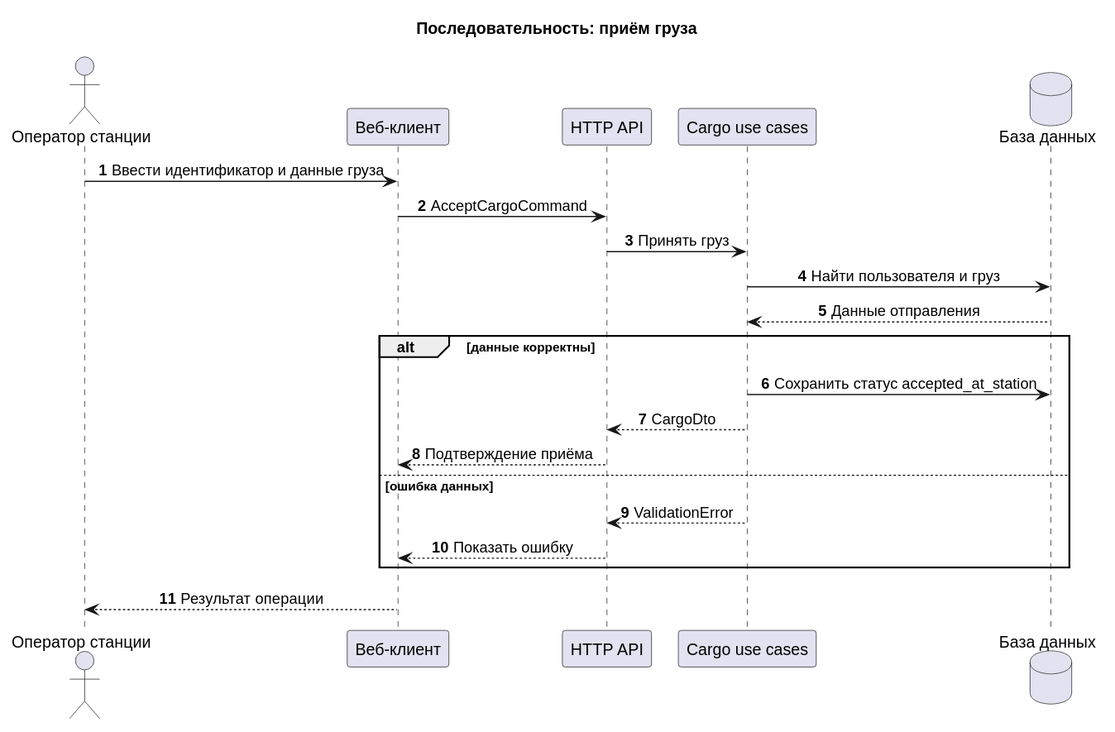
Gu4rDe/railway keeps this PlantUML diagram as uml/sequence-diagram/Приём_груза.svg. Above is the earlier version.
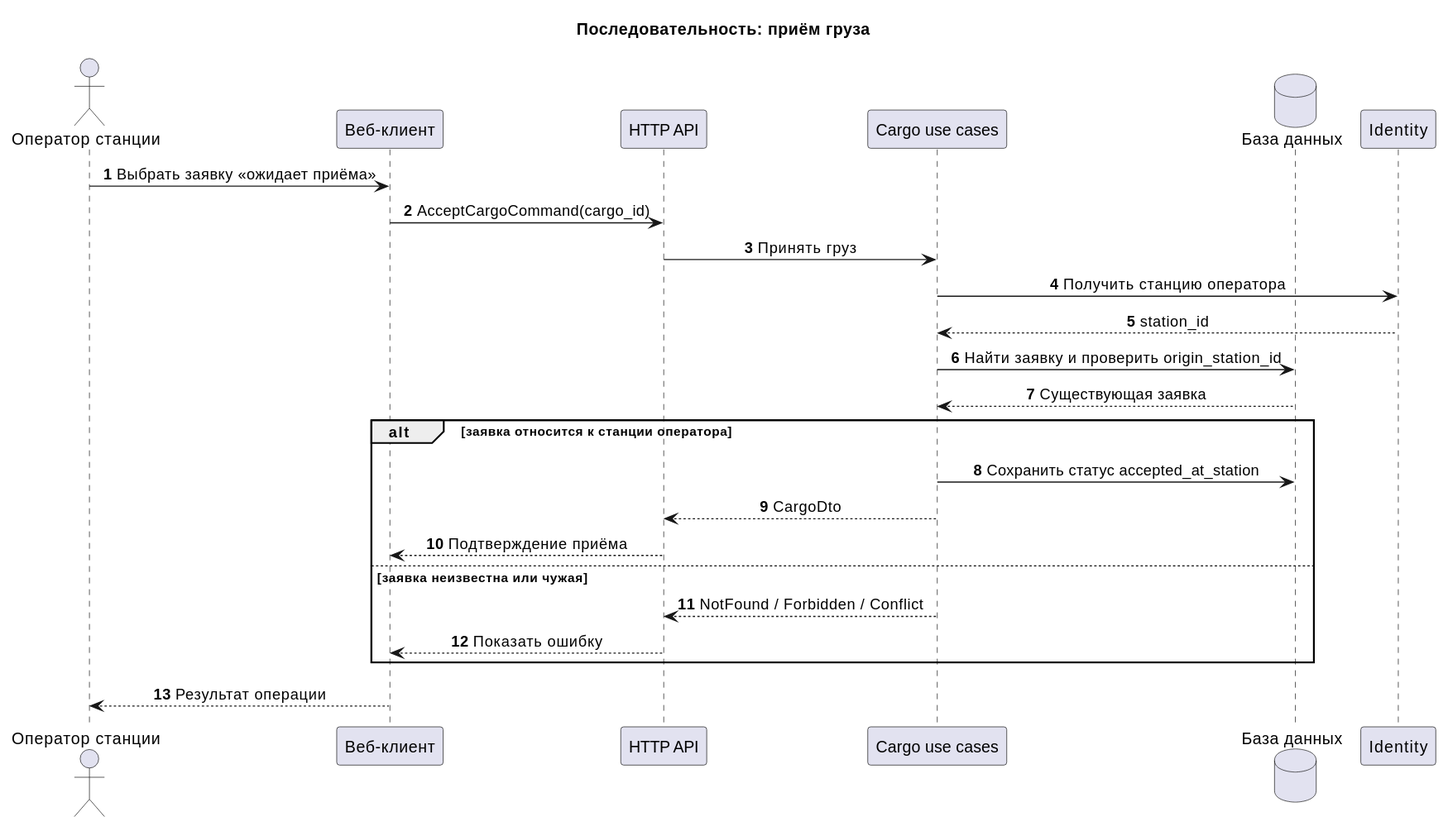
The same file after the commit.

What changed in the source:
```diff
@@ -12,17 +12,19 @@
 participant "Cargo use cases" as Cargo
 database "База данных" as DB
 
-Operator -> Client : Ввести идентификатор и данные груза
-Client -> API : AcceptCargoCommand
+Operator -> Client : Выбрать заявку «ожидает приёма»
+Client -> API : AcceptCargoCommand(cargo_id)
 API -> Cargo : Принять груз
-Cargo -> DB : Найти пользователя и груз
-DB --> Cargo : Данные отправления
-alt данные корректны
+Cargo -> Identity : Получить станцию оператора
+Identity --> Cargo : station_id
+Cargo -> DB : Найти заявку и проверить origin_station_id
+DB --> Cargo : Существующая заявка
+alt заявка относится к станции оператора
   Cargo -> DB : Сохранить статус accepted_at_station
   Cargo --> API : CargoDto
   API --> Client : Подтверждение приёма
-else ошибка данных
-  Cargo --> API : ValidationError
+else заявка неизвестна или чужая
+  Cargo --> API : NotFound / Forbidden / Conflict
   API --> Client : Показать ошибку
 end
 Client --> Operator : Результат операции
```
